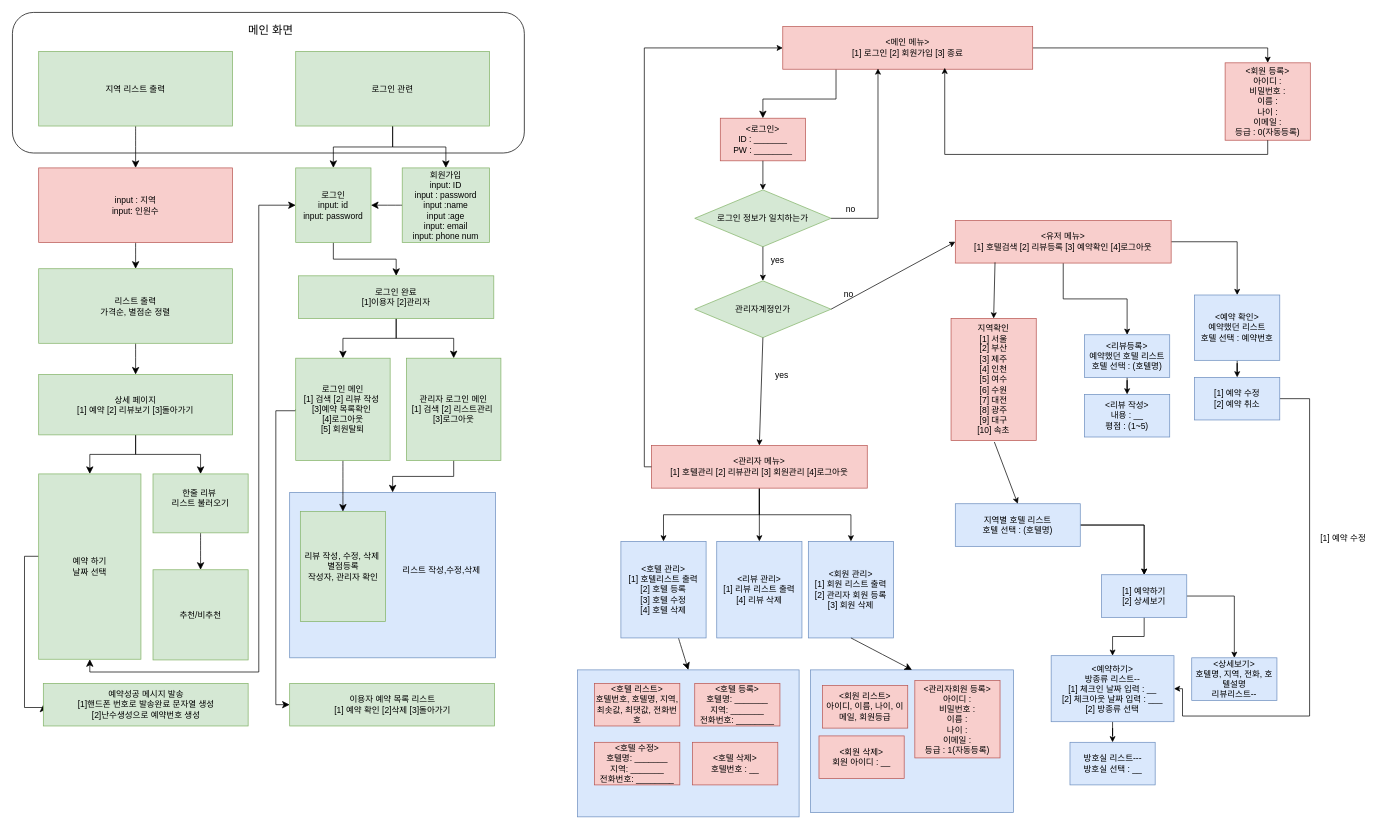
Earlier version of the draw.io diagram 제목 없는 다이어그램.drawio (networkSorcerer/KDT_DB_PROJECT). Source tidied: cells renumbered, new cells numbered last; positions are measured from the earlier drawing's top-left corner, leaving out a move shared by most shapes. Both pictures are drawn from the tidied source at 71%, with x=0, y=0 at pixel (12, 12).
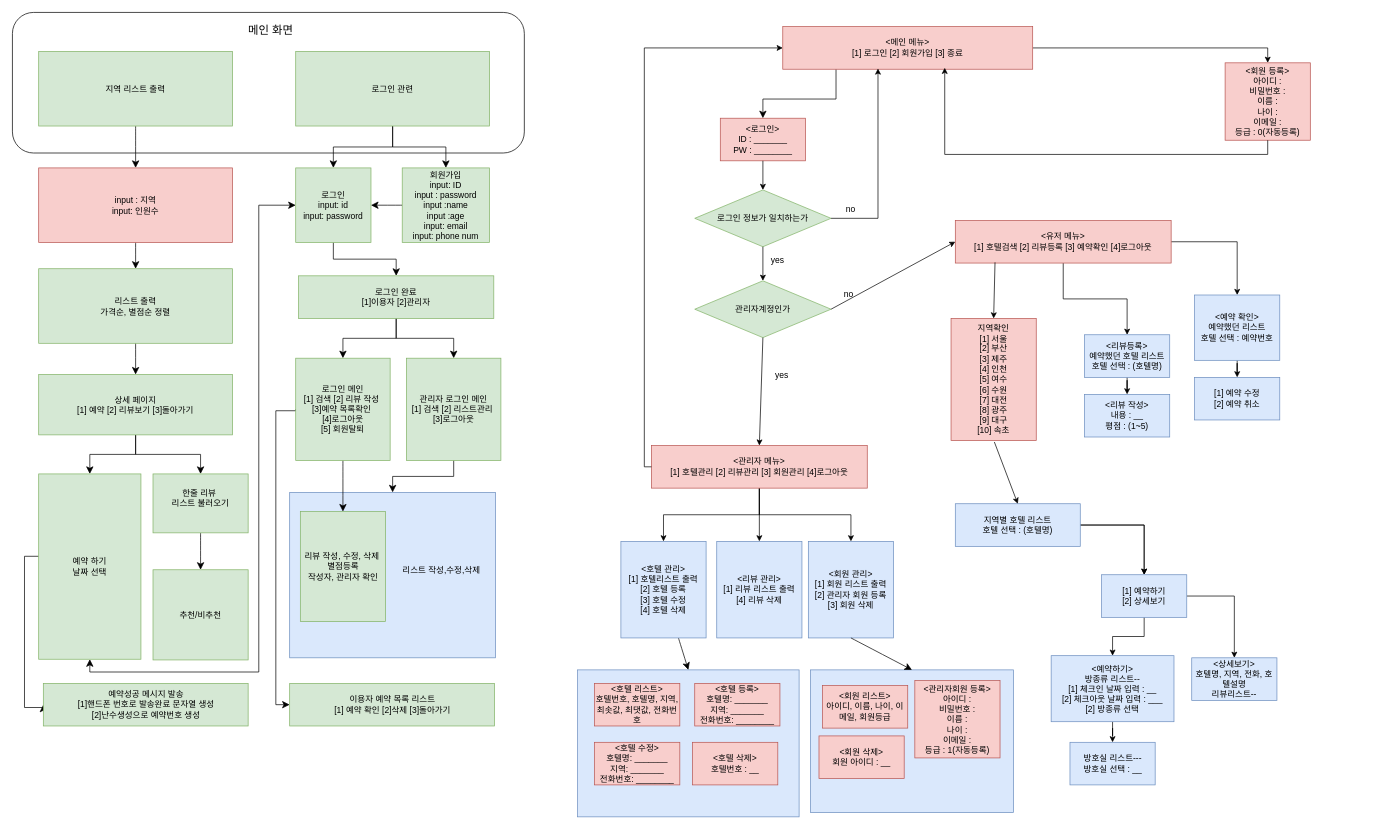
The same diagram, later.

Commit message:
제목 없는 다이어그램.drawio 업데이트

Unchanged cells that the change refers to:
```xml
<mxCell id="93" value="&lt;div&gt;[1] 예약 수정&lt;/div&gt;&lt;div&gt;[2] 예약 취소&lt;/div&gt;" style="whiteSpace=wrap;html=1;rounded=0;fillColor=#dae8fc;strokeColor=#6c8ebf;" parent="1" vertex="1">
  <mxGeometry x="1665" y="514" width="120" height="60" as="geometry" />
</mxCell>
<mxCell id="95" value="&amp;lt;예약하기&amp;gt;&lt;div&gt;방종류 리스트--&lt;br&gt;&lt;div&gt;&lt;div&gt;[1] 체크인 날짜 입력 : __&lt;/div&gt;&lt;div&gt;[2] 체크아웃 날짜 입력 : ___&lt;/div&gt;&lt;div&gt;[2] 방종류 선택&lt;br&gt;&lt;/div&gt;&lt;/div&gt;&lt;/div&gt;" style="whiteSpace=wrap;html=1;fillColor=#dae8fc;strokeColor=#6c8ebf;rounded=0;" parent="1" vertex="1">
  <mxGeometry x="1463" y="906" width="173" height="93" as="geometry" />
</mxCell>
```

The edit, as a diff of the source:
```diff
@@
-    <mxCell id="92" style="edgeStyle=orthogonalEdgeStyle;rounded=0;jettySize=auto;html=1;entryX=1;entryY=0.5;entryDx=0;entryDy=0;" parent="1" edge="1" source="93" target="95">
-      <mxGeometry relative="1" as="geometry">
-        <Array as="points">
-          <mxPoint x="1827" y="544" />
-          <mxPoint x="1827" y="991" />
-          <mxPoint x="1648" y="991" />
-          <mxPoint x="1648" y="953" />
-        </Array>
-      </mxGeometry>
-    </mxCell>
@@
-    <mxCell id="98" value="[1] 예약 수정" style="text;html=1;align=center;verticalAlign=middle;whiteSpace=wrap;rounded=0;" parent="1" vertex="1">
-      <mxGeometry x="1837" y="726" width="75" height="30" as="geometry" />
-    </mxCell>
```
